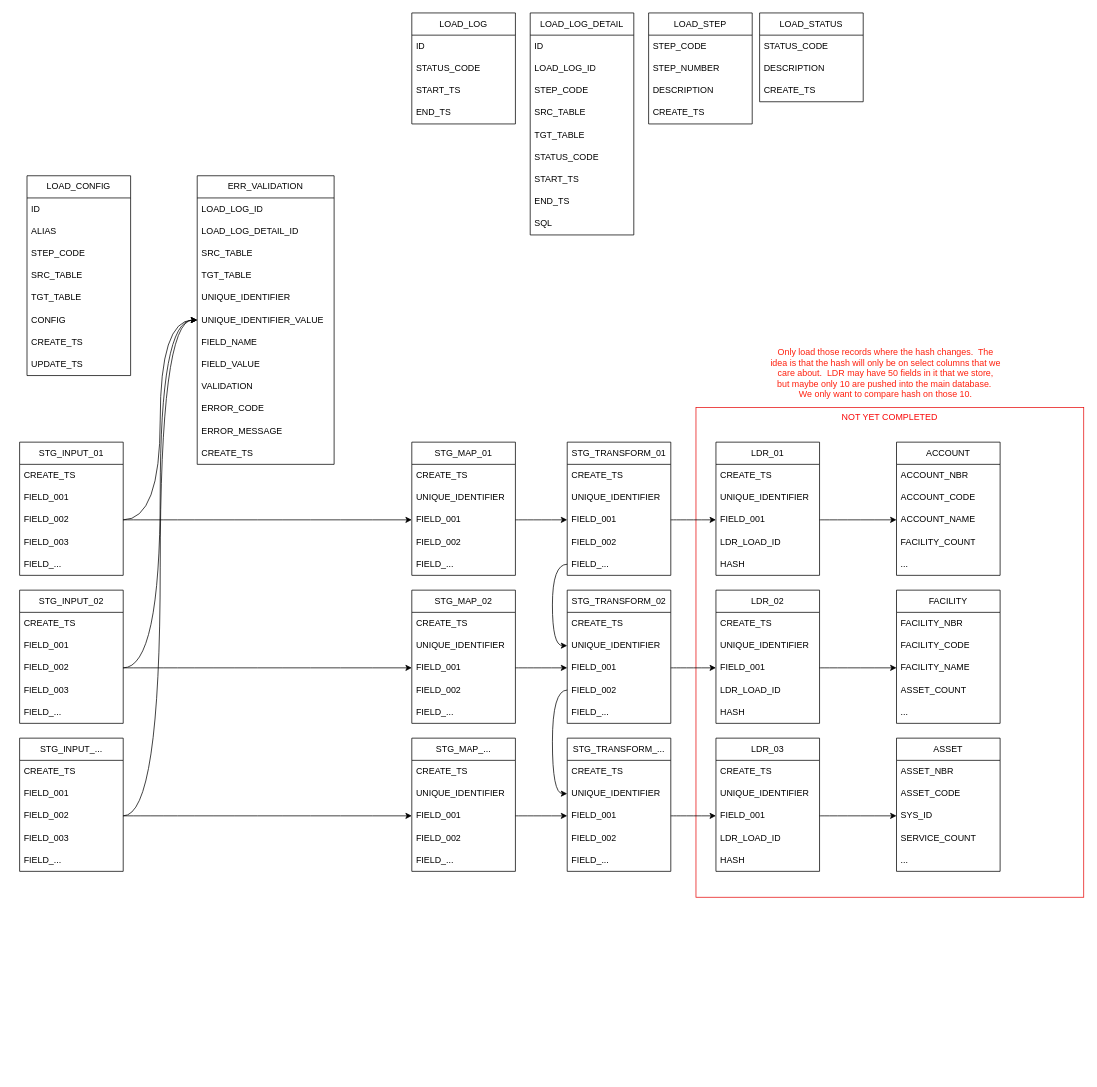
This is LDR_ORACLE.drawio from nealrout/ldr_oracle, a draw.io file, before an edit. Source tidied: cells renumbered, new cells numbered last; positions are measured from the earlier drawing's top-left corner, leaving out a move shared by most shapes. Both pictures are drawn from the tidied source at 74%, with x=0, y=0 at pixel (19, 13).
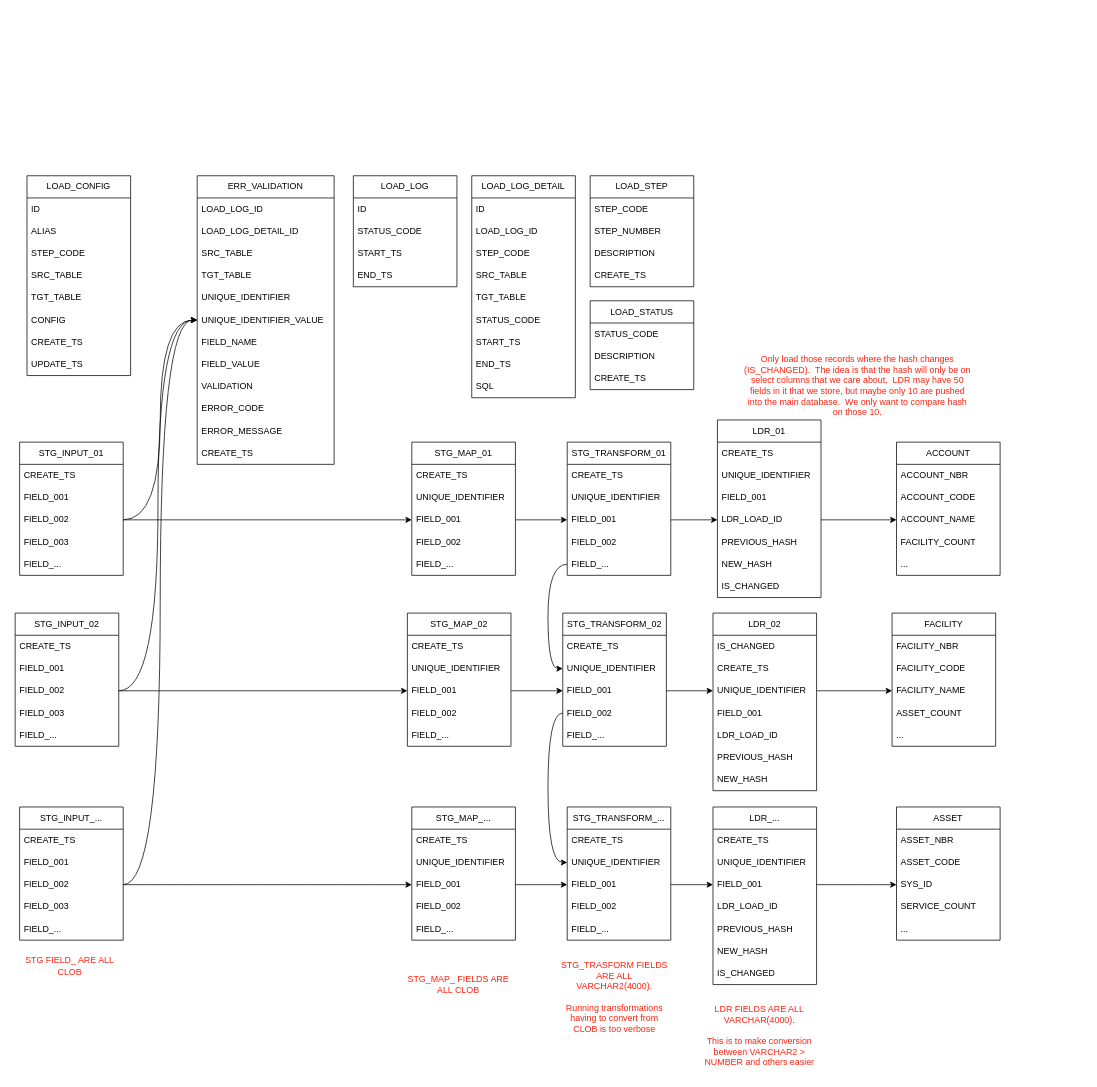
The same page after the edit.

The change refers to these unchanged cells:
```xml
<mxCell id="88" value="FIELD_001" style="text;strokeColor=none;fillColor=none;align=left;verticalAlign=middle;spacingLeft=4;spacingRight=4;overflow=hidden;points=[[0,0.5],[1,0.5]];portConstraint=eastwest;whiteSpace=wrap;html=1;" parent="85" vertex="1">
  <mxGeometry y="90" width="140" height="30" as="geometry" />
</mxCell>
<mxCell id="94" value="FIELD_001" style="text;strokeColor=none;fillColor=none;align=left;verticalAlign=middle;spacingLeft=4;spacingRight=4;overflow=hidden;points=[[0,0.5],[1,0.5]];portConstraint=eastwest;whiteSpace=wrap;html=1;" parent="91" vertex="1">
  <mxGeometry y="90" width="140" height="30" as="geometry" />
</mxCell>
<mxCell id="100" value="FIELD_001" style="text;strokeColor=none;fillColor=none;align=left;verticalAlign=middle;spacingLeft=4;spacingRight=4;overflow=hidden;points=[[0,0.5],[1,0.5]];portConstraint=eastwest;whiteSpace=wrap;html=1;" parent="97" vertex="1">
  <mxGeometry y="90" width="140" height="30" as="geometry" />
</mxCell>
<mxCell id="106" value="ACCOUNT_NAME" style="text;strokeColor=none;fillColor=none;align=left;verticalAlign=middle;spacingLeft=4;spacingRight=4;overflow=hidden;points=[[0,0.5],[1,0.5]];portConstraint=eastwest;whiteSpace=wrap;html=1;" parent="103" vertex="1">
  <mxGeometry y="90" width="140" height="30" as="geometry" />
</mxCell>
<mxCell id="112" value="FACILITY_NAME" style="text;strokeColor=none;fillColor=none;align=left;verticalAlign=middle;spacingLeft=4;spacingRight=4;overflow=hidden;points=[[0,0.5],[1,0.5]];portConstraint=eastwest;whiteSpace=wrap;html=1;" parent="109" vertex="1">
  <mxGeometry y="90" width="140" height="30" as="geometry" />
</mxCell>
<mxCell id="131" value="FIELD_001" style="text;strokeColor=none;fillColor=none;align=left;verticalAlign=middle;spacingLeft=4;spacingRight=4;overflow=hidden;points=[[0,0.5],[1,0.5]];portConstraint=eastwest;whiteSpace=wrap;html=1;" parent="128" vertex="1">
  <mxGeometry y="90" width="140" height="30" as="geometry" />
</mxCell>
<mxCell id="132" value="LDR_LOAD_ID" style="text;strokeColor=none;fillColor=none;align=left;verticalAlign=middle;spacingLeft=4;spacingRight=4;overflow=hidden;points=[[0,0.5],[1,0.5]];portConstraint=eastwest;whiteSpace=wrap;html=1;" parent="128" vertex="1">
  <mxGeometry y="120" width="140" height="30" as="geometry" />
</mxCell>
<mxCell id="152" value="SYS_ID" style="text;strokeColor=none;fillColor=none;align=left;verticalAlign=middle;spacingLeft=4;spacingRight=4;overflow=hidden;points=[[0,0.5],[1,0.5]];portConstraint=eastwest;whiteSpace=wrap;html=1;" parent="149" vertex="1">
  <mxGeometry y="90" width="140" height="30" as="geometry" />
</mxCell>
```

The edit, as a diff of the source:
```diff
@@
-    <mxCell id="2" value="NOT YET COMPLETED" style="rounded=0;whiteSpace=wrap;html=1;strokeColor=light-dark(#e70d0d, #ededed);verticalAlign=top;fontColor=light-dark(#f90606, #ededed);" parent="1" vertex="1">
-      <mxGeometry x="914" y="533" width="524" height="662" as="geometry" />
-    </mxCell>
@@
     <mxCell id="9" value="STG_INPUT_02" style="swimlane;fontStyle=0;horizontal=1;startSize=30;whiteSpace=wrap;html=1;" parent="1" vertex="1">
-      <mxGeometry y="780" width="140" height="180" as="geometry" />
+      <mxGeometry x="-6" y="811" width="140" height="180" as="geometry" />
     </mxCell>
@@
     <mxCell id="15" value="STG_INPUT_..." style="swimlane;fontStyle=0;horizontal=1;startSize=30;whiteSpace=wrap;html=1;" parent="1" vertex="1">
-      <mxGeometry y="980" width="140" height="180" as="geometry" />
+      <mxGeometry y="1073" width="140" height="180" as="geometry" />
     </mxCell>
@@
     <mxCell id="27" value="STG_MAP_02" style="swimlane;fontStyle=0;horizontal=1;startSize=30;whiteSpace=wrap;html=1;" parent="1" vertex="1">
-      <mxGeometry x="530" y="780" width="140" height="180" as="geometry" />
+      <mxGeometry x="524" y="811" width="140" height="180" as="geometry" />
     </mxCell>
@@
     <mxCell id="33" value="STG_MAP_..." style="swimlane;fontStyle=0;horizontal=1;startSize=30;whiteSpace=wrap;html=1;" parent="1" vertex="1">
-      <mxGeometry x="530" y="980" width="140" height="180" as="geometry" />
+      <mxGeometry x="530" y="1073" width="140" height="180" as="geometry" />
     </mxCell>
@@
     <mxCell id="52" value="LOAD_LOG" style="swimlane;fontStyle=0;horizontal=1;startSize=30;whiteSpace=wrap;html=1;" parent="1" vertex="1">
-      <mxGeometry x="530" width="140" height="150" as="geometry" />
+      <mxGeometry x="451" y="220" width="140" height="150" as="geometry" />
     </mxCell>
@@
     <mxCell id="57" value="LOAD_LOG_DETAIL" style="swimlane;fontStyle=0;horizontal=1;startSize=30;whiteSpace=wrap;html=1;" parent="1" vertex="1">
-      <mxGeometry x="690" width="140" height="300" as="geometry" />
+      <mxGeometry x="611" y="220" width="140" height="300" as="geometry" />
     </mxCell>
@@
     <mxCell id="67" value="LOAD_STEP" style="swimlane;fontStyle=0;horizontal=1;startSize=30;whiteSpace=wrap;html=1;" parent="1" vertex="1">
-      <mxGeometry x="850" width="140" height="150" as="geometry" />
+      <mxGeometry x="771" y="220" width="140" height="150" as="geometry" />
     </mxCell>
@@
     <mxCell id="72" value="LOAD_STATUS" style="swimlane;fontStyle=0;horizontal=1;startSize=30;whiteSpace=wrap;html=1;" parent="1" vertex="1">
-      <mxGeometry x="1000" width="140" height="120" as="geometry" />
+      <mxGeometry x="771" y="389" width="140" height="120" as="geometry" />
     </mxCell>
@@
     <mxCell id="91" value="STG_TRANSFORM_02" style="swimlane;fontStyle=0;horizontal=1;startSize=30;whiteSpace=wrap;html=1;" parent="1" vertex="1">
-      <mxGeometry x="740" y="780" width="140" height="180" as="geometry" />
+      <mxGeometry x="734" y="811" width="140" height="180" as="geometry" />
     </mxCell>
@@
     <mxCell id="97" value="STG_TRANSFORM_..." style="swimlane;fontStyle=0;horizontal=1;startSize=30;whiteSpace=wrap;html=1;" parent="1" vertex="1">
-      <mxGeometry x="740" y="980" width="140" height="180" as="geometry" />
+      <mxGeometry x="740" y="1073" width="140" height="180" as="geometry" />
     </mxCell>
@@
     <mxCell id="109" value="FACILITY" style="swimlane;fontStyle=0;horizontal=1;startSize=30;whiteSpace=wrap;html=1;" parent="1" vertex="1">
-      <mxGeometry x="1185" y="780" width="140" height="180" as="geometry" />
+      <mxGeometry x="1179" y="811" width="140" height="180" as="geometry" />
     </mxCell>
@@
-    <mxCell id="118" style="edgeStyle=orthogonalEdgeStyle;curved=1;rounded=0;jettySize=auto;html=1;exitX=1;exitY=0.5;exitDx=0;exitDy=0;entryX=0;entryY=0.5;entryDx=0;entryDy=0;" parent="1" edge="1" source="88" target="131">
+    <mxCell id="118" style="edgeStyle=orthogonalEdgeStyle;curved=1;rounded=0;jettySize=auto;html=1;exitX=1;exitY=0.5;exitDx=0;exitDy=0;entryX=0;entryY=0.5;entryDx=0;entryDy=0;" parent="1" edge="1" source="88" target="132">
       <mxGeometry relative="1" as="geometry" />
     </mxCell>
@@
-    <mxCell id="122" style="edgeStyle=orthogonalEdgeStyle;curved=1;rounded=0;jettySize=auto;html=1;exitX=1;exitY=0.5;exitDx=0;exitDy=0;entryX=0;entryY=0.5;entryDx=0;entryDy=0;" parent="1" edge="1" source="94" target="137">
+    <mxCell id="122" style="edgeStyle=orthogonalEdgeStyle;curved=1;rounded=0;jettySize=auto;html=1;exitX=1;exitY=0.5;exitDx=0;exitDy=0;entryX=0;entryY=0.5;entryDx=0;entryDy=0;" parent="1" edge="1" source="94" target="164">
       <mxGeometry relative="1" as="geometry" />
     </mxCell>
@@
     <mxCell id="128" value="LDR_01" style="swimlane;fontStyle=0;horizontal=1;startSize=30;whiteSpace=wrap;html=1;" parent="1" vertex="1">
-      <mxGeometry x="941" y="580" width="140" height="180" as="geometry" />
+      <mxGeometry x="943" y="550" width="140" height="240" as="geometry" />
     </mxCell>
@@
-    <mxCell id="133" value="HASH" style="text;strokeColor=none;fillColor=none;align=left;verticalAlign=middle;spacingLeft=4;spacingRight=4;overflow=hidden;whiteSpace=wrap;html=1;" parent="128" vertex="1">
+    <mxCell id="133" value="PREVIOUS_HASH" style="text;strokeColor=none;fillColor=none;align=left;verticalAlign=middle;spacingLeft=4;spacingRight=4;overflow=hidden;whiteSpace=wrap;html=1;" parent="128" vertex="1">
       <mxGeometry y="150" width="140" height="30" as="geometry" />
     </mxCell>
-    <mxCell id="134" value="LDR_02" style="swimlane;fontStyle=0;horizontal=1;startSize=30;whiteSpace=wrap;html=1;" parent="1" vertex="1">
-      <mxGeometry x="941" y="780" width="140" height="180" as="geometry" />
-    </mxCell>
-    <mxCell id="135" value="CREATE_TS" style="text;strokeColor=none;fillColor=none;align=left;verticalAlign=middle;spacingLeft=4;spacingRight=4;overflow=hidden;whiteSpace=wrap;html=1;" parent="134" vertex="1">
-      <mxGeometry y="30" width="140" height="30" as="geometry" />
-    </mxCell>
-    <mxCell id="136" value="UNIQUE_IDENTIFIER" style="text;strokeColor=none;fillColor=none;align=left;verticalAlign=middle;spacingLeft=4;spacingRight=4;overflow=hidden;whiteSpace=wrap;html=1;" parent="134" vertex="1">
-      <mxGeometry y="60" width="140" height="30" as="geometry" />
-    </mxCell>
-    <mxCell id="137" value="FIELD_001" style="text;strokeColor=none;fillColor=none;align=left;verticalAlign=middle;spacingLeft=4;spacingRight=4;overflow=hidden;points=[[0,0.5],[1,0.5]];portConstraint=eastwest;whiteSpace=wrap;html=1;" parent="134" vertex="1">
-      <mxGeometry y="90" width="140" height="30" as="geometry" />
-    </mxCell>
-    <mxCell id="138" value="LDR_LOAD_ID" style="text;strokeColor=none;fillColor=none;align=left;verticalAlign=middle;spacingLeft=4;spacingRight=4;overflow=hidden;whiteSpace=wrap;html=1;" parent="134" vertex="1">
-      <mxGeometry y="120" width="140" height="30" as="geometry" />
-    </mxCell>
-    <mxCell id="139" value="HASH" style="text;strokeColor=none;fillColor=none;align=left;verticalAlign=middle;spacingLeft=4;spacingRight=4;overflow=hidden;whiteSpace=wrap;html=1;" parent="134" vertex="1">
-      <mxGeometry y="150" width="140" height="30" as="geometry" />
-    </mxCell>
-    <mxCell id="140" value="LDR_03" style="swimlane;fontStyle=0;horizontal=1;startSize=30;whiteSpace=wrap;html=1;" parent="1" vertex="1">
-      <mxGeometry x="941" y="980" width="140" height="180" as="geometry" />
-    </mxCell>
-    <mxCell id="141" value="CREATE_TS" style="text;strokeColor=none;fillColor=none;align=left;verticalAlign=middle;spacingLeft=4;spacingRight=4;overflow=hidden;whiteSpace=wrap;html=1;" parent="140" vertex="1">
-      <mxGeometry y="30" width="140" height="30" as="geometry" />
-    </mxCell>
-    <mxCell id="142" value="UNIQUE_IDENTIFIER" style="text;strokeColor=none;fillColor=none;align=left;verticalAlign=middle;spacingLeft=4;spacingRight=4;overflow=hidden;whiteSpace=wrap;html=1;" parent="140" vertex="1">
-      <mxGeometry y="60" width="140" height="30" as="geometry" />
-    </mxCell>
-    <mxCell id="143" value="FIELD_001" style="text;strokeColor=none;fillColor=none;align=left;verticalAlign=middle;spacingLeft=4;spacingRight=4;overflow=hidden;points=[[0,0.5],[1,0.5]];portConstraint=eastwest;whiteSpace=wrap;html=1;" parent="140" vertex="1">
-      <mxGeometry y="90" width="140" height="30" as="geometry" />
-    </mxCell>
-    <mxCell id="144" value="LDR_LOAD_ID" style="text;strokeColor=none;fillColor=none;align=left;verticalAlign=middle;spacingLeft=4;spacingRight=4;overflow=hidden;whiteSpace=wrap;html=1;" parent="140" vertex="1">
-      <mxGeometry y="120" width="140" height="30" as="geometry" />
-    </mxCell>
-    <mxCell id="145" value="HASH" style="text;strokeColor=none;fillColor=none;align=left;verticalAlign=middle;spacingLeft=4;spacingRight=4;overflow=hidden;whiteSpace=wrap;html=1;" parent="140" vertex="1">
-      <mxGeometry y="150" width="140" height="30" as="geometry" />
-    </mxCell>
+    <mxCell id="157" value="NEW_HASH" style="text;strokeColor=none;fillColor=none;align=left;verticalAlign=middle;spacingLeft=4;spacingRight=4;overflow=hidden;whiteSpace=wrap;html=1;" parent="128" vertex="1">
+      <mxGeometry y="180" width="140" height="30" as="geometry" />
+    </mxCell>
+    <mxCell id="158" value="IS_CHANGED" style="text;strokeColor=none;fillColor=none;align=left;verticalAlign=middle;spacingLeft=4;spacingRight=4;overflow=hidden;whiteSpace=wrap;html=1;" parent="128" vertex="1">
+      <mxGeometry y="210" width="140" height="30" as="geometry" />
+    </mxCell>
-    <mxCell id="146" style="edgeStyle=orthogonalEdgeStyle;curved=1;rounded=0;jettySize=auto;html=1;exitX=1;exitY=0.5;exitDx=0;exitDy=0;entryX=0;entryY=0.5;entryDx=0;entryDy=0;" parent="1" edge="1" source="100" target="143">
+    <mxCell id="146" style="edgeStyle=orthogonalEdgeStyle;curved=1;rounded=0;jettySize=auto;html=1;exitX=1;exitY=0.5;exitDx=0;exitDy=0;entryX=0;entryY=0.5;entryDx=0;entryDy=0;" parent="1" edge="1" source="100" target="172">
       <mxGeometry relative="1" as="geometry" />
     </mxCell>
-    <mxCell id="147" style="edgeStyle=orthogonalEdgeStyle;curved=1;rounded=0;jettySize=auto;html=1;exitX=1;exitY=0.5;exitDx=0;exitDy=0;entryX=0;entryY=0.5;entryDx=0;entryDy=0;" parent="1" edge="1" source="131" target="106">
+    <mxCell id="147" style="edgeStyle=orthogonalEdgeStyle;curved=1;rounded=0;jettySize=auto;html=1;exitX=1;exitY=0.5;exitDx=0;exitDy=0;entryX=0;entryY=0.5;entryDx=0;entryDy=0;" parent="1" edge="1" source="132" target="106">
       <mxGeometry relative="1" as="geometry" />
     </mxCell>
-    <mxCell id="148" style="edgeStyle=orthogonalEdgeStyle;curved=1;rounded=0;jettySize=auto;html=1;exitX=1;exitY=0.5;exitDx=0;exitDy=0;entryX=0;entryY=0.5;entryDx=0;entryDy=0;" parent="1" edge="1" source="137" target="112">
+    <mxCell id="148" style="edgeStyle=orthogonalEdgeStyle;curved=1;rounded=0;jettySize=auto;html=1;exitX=1;exitY=0.5;exitDx=0;exitDy=0;entryX=0;entryY=0.5;entryDx=0;entryDy=0;" parent="1" edge="1" source="164" target="112">
       <mxGeometry relative="1" as="geometry" />
     </mxCell>
     <mxCell id="149" value="ASSET" style="swimlane;fontStyle=0;horizontal=1;startSize=30;whiteSpace=wrap;html=1;" parent="1" vertex="1">
-      <mxGeometry x="1185" y="980" width="140" height="180" as="geometry" />
+      <mxGeometry x="1185" y="1073" width="140" height="180" as="geometry" />
     </mxCell>
@@
-    <mxCell id="155" style="edgeStyle=orthogonalEdgeStyle;curved=1;rounded=0;jettySize=auto;html=1;exitX=1;exitY=0.5;exitDx=0;exitDy=0;entryX=0;entryY=0.5;entryDx=0;entryDy=0;" parent="1" edge="1" source="143" target="152">
+    <mxCell id="155" style="edgeStyle=orthogonalEdgeStyle;curved=1;rounded=0;jettySize=auto;html=1;exitX=1;exitY=0.5;exitDx=0;exitDy=0;entryX=0;entryY=0.5;entryDx=0;entryDy=0;" parent="1" edge="1" source="172" target="152">
       <mxGeometry relative="1" as="geometry" />
     </mxCell>
-    <mxCell id="156" value="Only load those records where the hash changes.&amp;nbsp; The idea is that the hash will only be on select columns that we care about.&amp;nbsp; LDR may have 50 fields in it that we store, but maybe only 10 are pushed into the main database.&amp;nbsp; We only want to compare hash on those 10." style="text;html=1;align=center;verticalAlign=middle;whiteSpace=wrap;rounded=0;fontColor=#FF210F;" parent="1" vertex="1">
-      <mxGeometry x="1014" y="441" width="313" height="92" as="geometry" />
+    <mxCell id="156" value="Only load those records where the hash changes (IS_CHANGED).&amp;nbsp; The idea is that the hash will only be on select columns that we care about.&amp;nbsp; LDR may have 50 fields in it that we store, but maybe only 10 are pushed into the main database.&amp;nbsp; We only want to compare hash on those 10." style="text;html=1;align=center;verticalAlign=middle;whiteSpace=wrap;rounded=0;fontColor=#FF210F;" parent="1" vertex="1">
+      <mxGeometry x="976" y="458" width="313" height="92" as="geometry" />
     </mxCell>
+    <mxCell id="159" value="STG FIELD_ ARE ALL CLOB" style="text;html=1;align=center;verticalAlign=middle;whiteSpace=wrap;rounded=0;fontColor=#FF210F;" parent="1" vertex="1">
+      <mxGeometry x="-9" y="1265" width="154" height="45" as="geometry" />
+    </mxCell>
+    <mxCell id="160" value="STG_MAP_ FIELDS ARE ALL CLOB" style="text;html=1;align=center;verticalAlign=middle;whiteSpace=wrap;rounded=0;fontColor=#FF210F;" parent="1" vertex="1">
+      <mxGeometry x="516" y="1290" width="154" height="45" as="geometry" />
+    </mxCell>
+    <mxCell id="161" value="STG_TRASFORM FIELDS ARE ALL VARCHAR2(4000).&lt;div&gt;&lt;br&gt;&lt;/div&gt;&lt;div&gt;Running transformations having to convert from CLOB is too verbose&lt;/div&gt;" style="text;html=1;align=center;verticalAlign=middle;whiteSpace=wrap;rounded=0;fontColor=#FF210F;" parent="1" vertex="1">
+      <mxGeometry x="727" y="1277" width="154" height="105" as="geometry" />
+    </mxCell>
+    <mxCell id="134" value="LDR_02" style="swimlane;fontStyle=0;horizontal=1;startSize=30;whiteSpace=wrap;html=1;" parent="1" vertex="1">
+      <mxGeometry x="937" y="811" width="140" height="240" as="geometry" />
+    </mxCell>
+    <mxCell id="162" value="IS_CHANGED" style="text;strokeColor=none;fillColor=none;align=left;verticalAlign=middle;spacingLeft=4;spacingRight=4;overflow=hidden;whiteSpace=wrap;html=1;" parent="134" vertex="1">
+      <mxGeometry y="30" width="140" height="30" as="geometry" />
+    </mxCell>
+    <mxCell id="163" value="CREATE_TS" style="text;strokeColor=none;fillColor=none;align=left;verticalAlign=middle;spacingLeft=4;spacingRight=4;overflow=hidden;whiteSpace=wrap;html=1;" parent="134" vertex="1">
+      <mxGeometry y="60" width="140" height="30" as="geometry" />
+    </mxCell>
+    <mxCell id="164" value="UNIQUE_IDENTIFIER" style="text;strokeColor=none;fillColor=none;align=left;verticalAlign=middle;spacingLeft=4;spacingRight=4;overflow=hidden;points=[[0,0.5],[1,0.5]];portConstraint=eastwest;whiteSpace=wrap;html=1;" parent="134" vertex="1">
+      <mxGeometry y="90" width="140" height="30" as="geometry" />
+    </mxCell>
+    <mxCell id="165" value="FIELD_001" style="text;strokeColor=none;fillColor=none;align=left;verticalAlign=middle;spacingLeft=4;spacingRight=4;overflow=hidden;whiteSpace=wrap;html=1;" parent="134" vertex="1">
+      <mxGeometry y="120" width="140" height="30" as="geometry" />
+    </mxCell>
+    <mxCell id="166" value="LDR_LOAD_ID" style="text;strokeColor=none;fillColor=none;align=left;verticalAlign=middle;spacingLeft=4;spacingRight=4;overflow=hidden;whiteSpace=wrap;html=1;" parent="134" vertex="1">
+      <mxGeometry y="150" width="140" height="30" as="geometry" />
+    </mxCell>
+    <mxCell id="167" value="PREVIOUS_HASH" style="text;strokeColor=none;fillColor=none;align=left;verticalAlign=middle;spacingLeft=4;spacingRight=4;overflow=hidden;whiteSpace=wrap;html=1;" parent="134" vertex="1">
+      <mxGeometry y="180" width="140" height="30" as="geometry" />
+    </mxCell>
+    <mxCell id="168" value="NEW_HASH" style="text;strokeColor=none;fillColor=none;align=left;verticalAlign=middle;spacingLeft=4;spacingRight=4;overflow=hidden;whiteSpace=wrap;html=1;" parent="134" vertex="1">
+      <mxGeometry y="210" width="140" height="30" as="geometry" />
+    </mxCell>
+    <mxCell id="169" value="LDR_..." style="swimlane;fontStyle=0;horizontal=1;startSize=30;whiteSpace=wrap;html=1;" parent="1" vertex="1">
+      <mxGeometry x="937" y="1073" width="140" height="240" as="geometry" />
+    </mxCell>
+    <mxCell id="170" value="CREATE_TS" style="text;strokeColor=none;fillColor=none;align=left;verticalAlign=middle;spacingLeft=4;spacingRight=4;overflow=hidden;whiteSpace=wrap;html=1;" parent="169" vertex="1">
+      <mxGeometry y="30" width="140" height="30" as="geometry" />
+    </mxCell>
+    <mxCell id="171" value="UNIQUE_IDENTIFIER" style="text;strokeColor=none;fillColor=none;align=left;verticalAlign=middle;spacingLeft=4;spacingRight=4;overflow=hidden;whiteSpace=wrap;html=1;" parent="169" vertex="1">
+      <mxGeometry y="60" width="140" height="30" as="geometry" />
+    </mxCell>
+    <mxCell id="172" value="FIELD_001" style="text;strokeColor=none;fillColor=none;align=left;verticalAlign=middle;spacingLeft=4;spacingRight=4;overflow=hidden;points=[[0,0.5],[1,0.5]];portConstraint=eastwest;whiteSpace=wrap;html=1;" parent="169" vertex="1">
+      <mxGeometry y="90" width="140" height="30" as="geometry" />
+    </mxCell>
+    <mxCell id="173" value="LDR_LOAD_ID" style="text;strokeColor=none;fillColor=none;align=left;verticalAlign=middle;spacingLeft=4;spacingRight=4;overflow=hidden;whiteSpace=wrap;html=1;" parent="169" vertex="1">
+      <mxGeometry y="120" width="140" height="30" as="geometry" />
+    </mxCell>
+    <mxCell id="174" value="PREVIOUS_HASH" style="text;strokeColor=none;fillColor=none;align=left;verticalAlign=middle;spacingLeft=4;spacingRight=4;overflow=hidden;whiteSpace=wrap;html=1;" parent="169" vertex="1">
+      <mxGeometry y="150" width="140" height="30" as="geometry" />
+    </mxCell>
+    <mxCell id="175" value="NEW_HASH" style="text;strokeColor=none;fillColor=none;align=left;verticalAlign=middle;spacingLeft=4;spacingRight=4;overflow=hidden;whiteSpace=wrap;html=1;" parent="169" vertex="1">
+      <mxGeometry y="180" width="140" height="30" as="geometry" />
+    </mxCell>
+    <mxCell id="176" value="IS_CHANGED" style="text;strokeColor=none;fillColor=none;align=left;verticalAlign=middle;spacingLeft=4;spacingRight=4;overflow=hidden;whiteSpace=wrap;html=1;" parent="169" vertex="1">
+      <mxGeometry y="210" width="140" height="30" as="geometry" />
+    </mxCell>
+    <mxCell id="177" value="LDR FIELDS ARE ALL VARCHAR(4000).&lt;div&gt;&lt;br&gt;&lt;/div&gt;&lt;div&gt;This is to make conversion between VARCHAR2 &amp;gt; NUMBER and others easier&lt;/div&gt;" style="text;html=1;align=center;verticalAlign=middle;whiteSpace=wrap;rounded=0;fontColor=#FF210F;" parent="1" vertex="1">
+      <mxGeometry x="923" y="1329" width="154" height="105" as="geometry" />
+    </mxCell>
```
